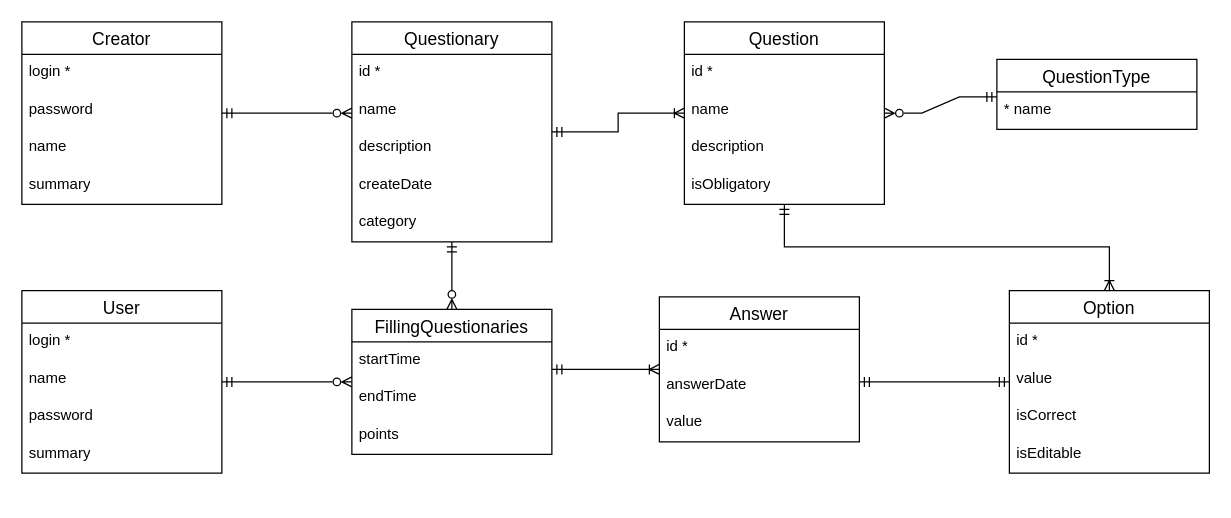
Rzyczu/surveys-db keeps this draw.io diagram as surveys-entity.drawio. Above is the earlier version. Source tidied: cells renumbered, new cells numbered last; positions are measured from the earlier drawing's top-left corner, leaving out a move shared by most shapes. Both pictures are drawn from the tidied source at 125%, with x=0, y=0 at pixel (21, 21).
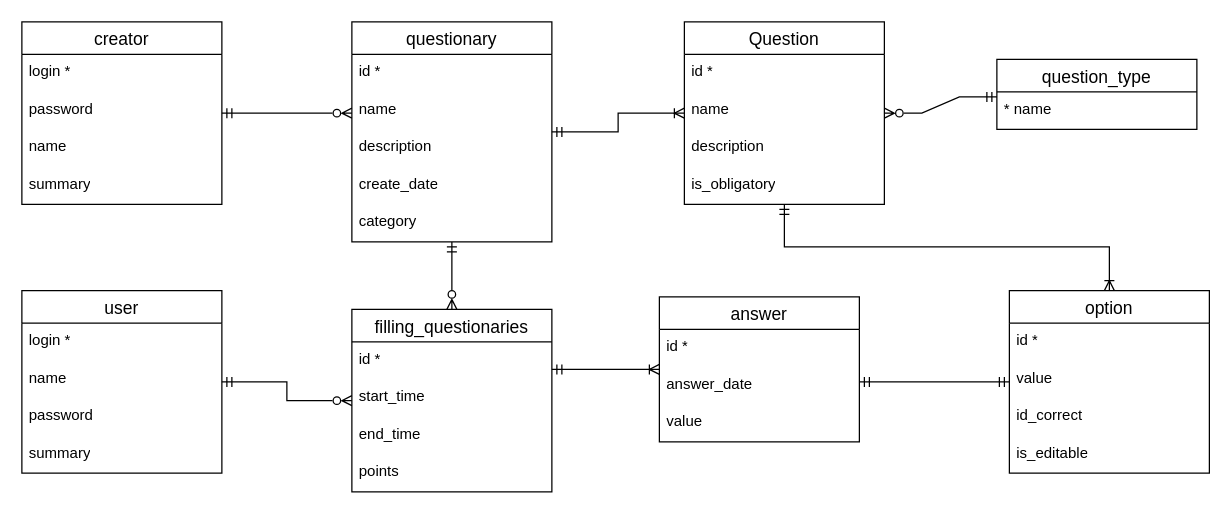
The same diagram, later.

The change refers to these unchanged cells:
```xml
<mxCell id="18" value="Question" style="swimlane;fontStyle=0;horizontal=1;startSize=26;align=center;fontSize=14;" parent="1" vertex="1">
  <mxGeometry x="530" width="160" height="146" as="geometry" />
</mxCell>
```

The edit, as a diff of the source:
```diff
@@
-    <mxCell id="2" value="User" style="swimlane;fontStyle=0;horizontal=1;startSize=26;align=center;fontSize=14;" parent="1" vertex="1">
+    <mxCell id="2" value="user" style="swimlane;fontStyle=0;horizontal=1;startSize=26;align=center;fontSize=14;" parent="1" vertex="1">
       <mxGeometry y="215" width="160" height="146" as="geometry" />
     </mxCell>
@@
-    <mxCell id="7" value="Questionary" style="swimlane;fontStyle=0;horizontal=1;startSize=26;align=center;fontSize=14;" parent="1" vertex="1">
+    <mxCell id="7" value="questionary" style="swimlane;fontStyle=0;horizontal=1;startSize=26;align=center;fontSize=14;" parent="1" vertex="1">
       <mxGeometry x="264" width="160" height="176" as="geometry" />
     </mxCell>
@@
-    <mxCell id="11" value="createDate" style="text;strokeColor=none;fillColor=none;spacingLeft=4;spacingRight=4;overflow=hidden;fontSize=12;whiteSpace=wrap;html=1;" parent="7" vertex="1">
+    <mxCell id="11" value="create_date" style="text;strokeColor=none;fillColor=none;spacingLeft=4;spacingRight=4;overflow=hidden;fontSize=12;whiteSpace=wrap;html=1;" parent="7" vertex="1">
       <mxGeometry y="116" width="160" height="30" as="geometry" />
     </mxCell>
@@
-    <mxCell id="13" value="Option" style="swimlane;fontStyle=0;horizontal=1;startSize=26;align=center;fontSize=14;" parent="1" vertex="1">
+    <mxCell id="13" value="option" style="swimlane;fontStyle=0;horizontal=1;startSize=26;align=center;fontSize=14;" parent="1" vertex="1">
       <mxGeometry x="790" y="215" width="160" height="146" as="geometry" />
     </mxCell>
@@
-    <mxCell id="16" value="isCorrect" style="text;strokeColor=none;fillColor=none;spacingLeft=4;spacingRight=4;overflow=hidden;fontSize=12;whiteSpace=wrap;html=1;" parent="13" vertex="1">
+    <mxCell id="16" value="id_correct" style="text;strokeColor=none;fillColor=none;spacingLeft=4;spacingRight=4;overflow=hidden;fontSize=12;whiteSpace=wrap;html=1;" parent="13" vertex="1">
       <mxGeometry y="86" width="160" height="30" as="geometry" />
     </mxCell>
-    <mxCell id="17" value="isEditable" style="text;strokeColor=none;fillColor=none;spacingLeft=4;spacingRight=4;overflow=hidden;fontSize=12;whiteSpace=wrap;html=1;" parent="13" vertex="1">
+    <mxCell id="17" value="is_editable" style="text;strokeColor=none;fillColor=none;spacingLeft=4;spacingRight=4;overflow=hidden;fontSize=12;whiteSpace=wrap;html=1;" parent="13" vertex="1">
       <mxGeometry y="116" width="160" height="30" as="geometry" />
     </mxCell>
@@
-    <mxCell id="22" value="isObligatory" style="text;strokeColor=none;fillColor=none;spacingLeft=4;spacingRight=4;overflow=hidden;fontSize=12;whiteSpace=wrap;html=1;" parent="18" vertex="1">
+    <mxCell id="22" value="is_obligatory" style="text;strokeColor=none;fillColor=none;spacingLeft=4;spacingRight=4;overflow=hidden;fontSize=12;whiteSpace=wrap;html=1;" parent="18" vertex="1">
       <mxGeometry y="116" width="160" height="30" as="geometry" />
     </mxCell>
@@
-    <mxCell id="25" value="Creator" style="swimlane;fontStyle=0;horizontal=1;startSize=26;align=center;fontSize=14;" parent="1" vertex="1">
+    <mxCell id="25" value="creator" style="swimlane;fontStyle=0;horizontal=1;startSize=26;align=center;fontSize=14;" parent="1" vertex="1">
       <mxGeometry width="160" height="146" as="geometry" />
     </mxCell>
@@
-    <mxCell id="33" value="FillingQuestionaries" style="swimlane;fontStyle=0;horizontal=1;startSize=26;align=center;fontSize=14;" parent="1" vertex="1">
-      <mxGeometry x="264" y="230" width="160" height="116" as="geometry" />
+    <mxCell id="33" value="filling_questionaries" style="swimlane;fontStyle=0;horizontal=1;startSize=26;align=center;fontSize=14;" parent="1" vertex="1">
+      <mxGeometry x="264" y="230" width="160" height="146" as="geometry" />
     </mxCell>
+    <mxCell id="46" value="id *" style="text;strokeColor=none;fillColor=none;spacingLeft=4;spacingRight=4;overflow=hidden;fontSize=12;whiteSpace=wrap;html=1;" parent="33" vertex="1">
+      <mxGeometry y="26" width="160" height="30" as="geometry" />
+    </mxCell>
-    <mxCell id="34" value="startTime" style="text;strokeColor=none;fillColor=none;spacingLeft=4;spacingRight=4;overflow=hidden;fontSize=12;whiteSpace=wrap;html=1;" parent="33" vertex="1">
-      <mxGeometry y="26" width="160" height="30" as="geometry" />
+    <mxCell id="34" value="start_time" style="text;strokeColor=none;fillColor=none;spacingLeft=4;spacingRight=4;overflow=hidden;fontSize=12;whiteSpace=wrap;html=1;" parent="33" vertex="1">
+      <mxGeometry y="56" width="160" height="30" as="geometry" />
     </mxCell>
-    <mxCell id="35" value="endTime" style="text;strokeColor=none;fillColor=none;spacingLeft=4;spacingRight=4;overflow=hidden;fontSize=12;whiteSpace=wrap;html=1;" parent="33" vertex="1">
-      <mxGeometry y="56" width="160" height="30" as="geometry" />
+    <mxCell id="35" value="end_time" style="text;strokeColor=none;fillColor=none;spacingLeft=4;spacingRight=4;overflow=hidden;fontSize=12;whiteSpace=wrap;html=1;" parent="33" vertex="1">
+      <mxGeometry y="86" width="160" height="30" as="geometry" />
     </mxCell>
     <mxCell id="36" value="points" style="text;strokeColor=none;fillColor=none;spacingLeft=4;spacingRight=4;overflow=hidden;fontSize=12;whiteSpace=wrap;html=1;" parent="33" vertex="1">
-      <mxGeometry y="86" width="160" height="30" as="geometry" />
+      <mxGeometry y="116" width="160" height="30" as="geometry" />
     </mxCell>
-    <mxCell id="37" value="Answer" style="swimlane;fontStyle=0;horizontal=1;startSize=26;align=center;fontSize=14;" parent="1" vertex="1">
+    <mxCell id="37" value="answer" style="swimlane;fontStyle=0;horizontal=1;startSize=26;align=center;fontSize=14;" parent="1" vertex="1">
       <mxGeometry x="510" y="220" width="160" height="116" as="geometry" />
     </mxCell>
@@
-    <mxCell id="39" value="answerDate" style="text;strokeColor=none;fillColor=none;spacingLeft=4;spacingRight=4;overflow=hidden;fontSize=12;whiteSpace=wrap;html=1;" parent="37" vertex="1">
+    <mxCell id="39" value="answer_date" style="text;strokeColor=none;fillColor=none;spacingLeft=4;spacingRight=4;overflow=hidden;fontSize=12;whiteSpace=wrap;html=1;" parent="37" vertex="1">
       <mxGeometry y="56" width="160" height="30" as="geometry" />
     </mxCell>
@@
-    <mxCell id="42" value="QuestionType" style="swimlane;fontStyle=0;horizontal=1;startSize=26;align=center;fontSize=14;" parent="1" vertex="1">
+    <mxCell id="42" value="question_type" style="swimlane;fontStyle=0;horizontal=1;startSize=26;align=center;fontSize=14;" parent="1" vertex="1">
       <mxGeometry x="780" y="30" width="160" height="56" as="geometry" />
     </mxCell>
```
